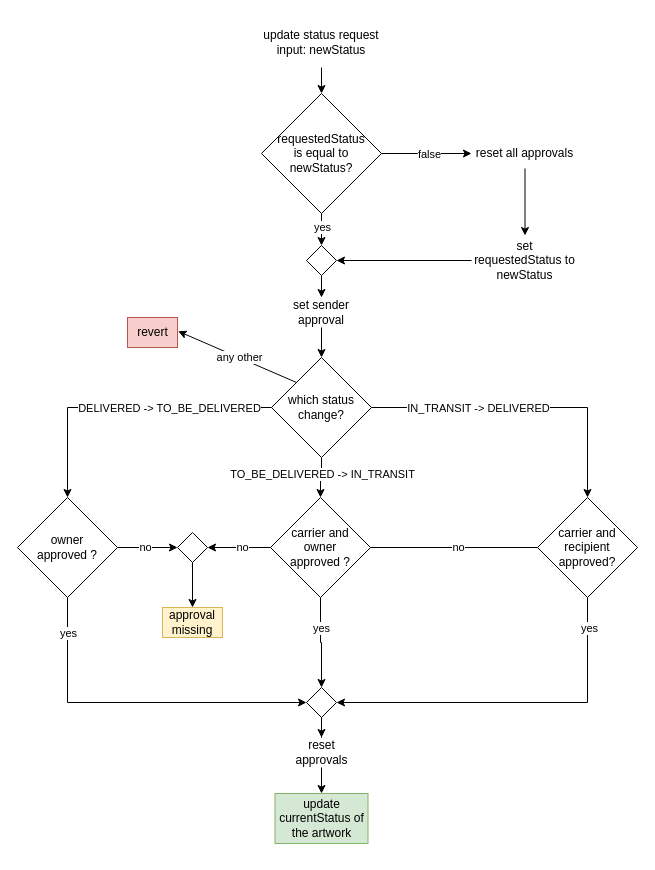
The draw.io diagram diagrams/update_status.drawio in artis-project/artis-thesis, before the edit. Source tidied: cells renumbered, new cells numbered last; positions are measured from the earlier drawing's top-left corner, leaving out a move shared by most shapes. Both pictures are drawn from the tidied source at 100%, with x=0, y=0 at pixel (17, 17).
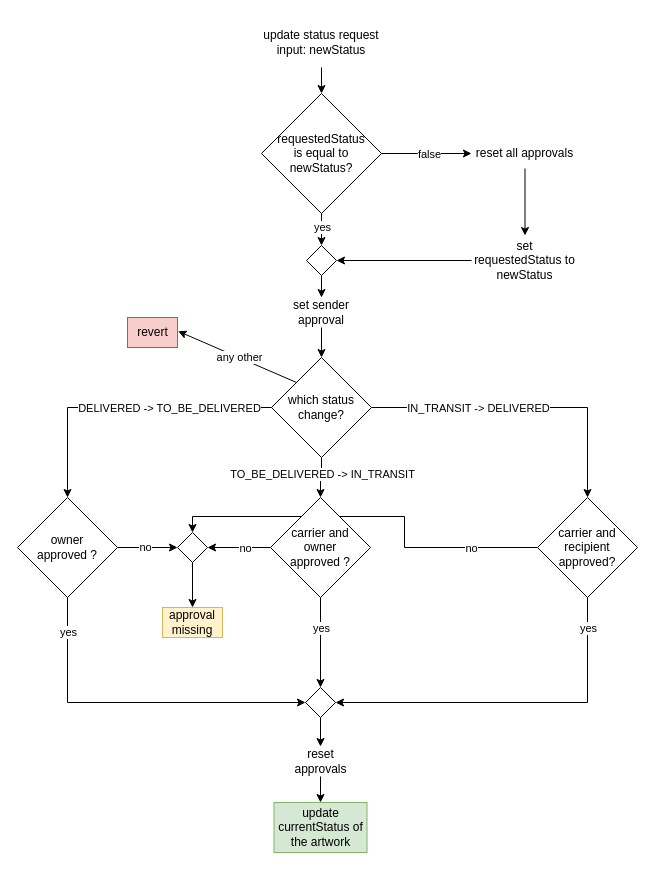
The same diagram, later.

The change refers to these unchanged cells:
```xml
<mxCell id="29" value="carrier and recipient approved?" style="rhombus;whiteSpace=wrap;html=1;" parent="1" vertex="1">
  <mxGeometry x="520" y="480" width="100" height="100" as="geometry" />
</mxCell>
<mxCell id="37" value="carrier and&lt;br&gt;owner &lt;br&gt;approved ?" style="rhombus;spacing=0;html=1;whiteSpace=wrap;" parent="1" vertex="1">
  <mxGeometry x="253" y="480" width="100" height="100" as="geometry" />
</mxCell>
<mxCell id="45" style="rhombus;" parent="1" vertex="1">
  <mxGeometry x="160" y="515" width="30" height="30" as="geometry" />
</mxCell>
```

Change to the diagram source:
```diff
@@
-    <mxCell id="26" style="edgeStyle=orthogonalEdgeStyle;rounded=0;jettySize=auto;html=1;entryX=1;entryY=0.5;entryDx=0;entryDy=0;" parent="1" edge="1" source="29" target="45">
-      <mxGeometry relative="1" as="geometry" />
+    <mxCell id="26" style="edgeStyle=orthogonalEdgeStyle;rounded=0;jettySize=auto;html=1;entryX=0.5;entryY=0;entryDx=0;entryDy=0;exitX=0;exitY=0.5;exitDx=0;exitDy=0;" parent="1" edge="1" source="29" target="45">
+      <mxGeometry relative="1" as="geometry">
+        <Array as="points">
+          <mxPoint x="387" y="530" />
+          <mxPoint x="387" y="499" />
+          <mxPoint x="175" y="499" />
+        </Array>
+      </mxGeometry>
     </mxCell>
     <mxCell id="27" value="no" style="edgeLabel;html=1;align=center;verticalAlign=middle;" parent="26" vertex="1">
       <mxGeometry x="-0.67" relative="1" as="geometry">
-        <mxPoint x="-26" y="-1" as="offset" />
+        <mxPoint x="-2" as="offset" />
       </mxGeometry>
     </mxCell>
-    <mxCell id="28" value="no" style="edgeLabel;html=1;align=center;verticalAlign=middle;" parent="26" vertex="1">
-      <mxGeometry x="0.64" relative="1" as="geometry">
-        <mxPoint x="-25" y="-1" as="offset" />
-      </mxGeometry>
-    </mxCell>
@@
     <mxCell id="31" value="reset approvals" style="text;html=1;strokeColor=none;fillColor=none;align=center;verticalAlign=middle;whiteSpace=wrap;rounded=0;spacing=5;" parent="1" vertex="1">
-      <mxGeometry x="267.5" y="720" width="73" height="30" as="geometry" />
+      <mxGeometry x="266.5" y="729" width="73" height="30" as="geometry" />
     </mxCell>
     <mxCell id="32" value="update currentStatus of the artwork" style="text;html=1;strokeColor=#82b366;fillColor=#d5e8d4;align=center;verticalAlign=middle;whiteSpace=wrap;rounded=0;" parent="1" vertex="1">
-      <mxGeometry x="257.5" y="776" width="93" height="50" as="geometry" />
+      <mxGeometry x="256.5" y="785" width="93" height="50" as="geometry" />
     </mxCell>
@@
+    <mxCell id="50" style="edgeStyle=orthogonalEdgeStyle;rounded=0;jettySize=auto;html=1;entryX=1;entryY=0.5;entryDx=0;entryDy=0;" parent="1" edge="1" source="37" target="45">
+      <mxGeometry relative="1" as="geometry" />
+    </mxCell>
+    <mxCell id="28" value="no" style="edgeLabel;html=1;align=center;verticalAlign=middle;" parent="50" vertex="1">
+      <mxGeometry x="0.11" y="1" relative="1" as="geometry">
+        <mxPoint x="9" y="-1" as="offset" />
+      </mxGeometry>
+    </mxCell>
@@
     <mxCell id="49" style="rhombus;" parent="1" vertex="1">
-      <mxGeometry x="289" y="670" width="30" height="30" as="geometry" />
+      <mxGeometry x="288" y="670" width="30" height="30" as="geometry" />
     </mxCell>
```
